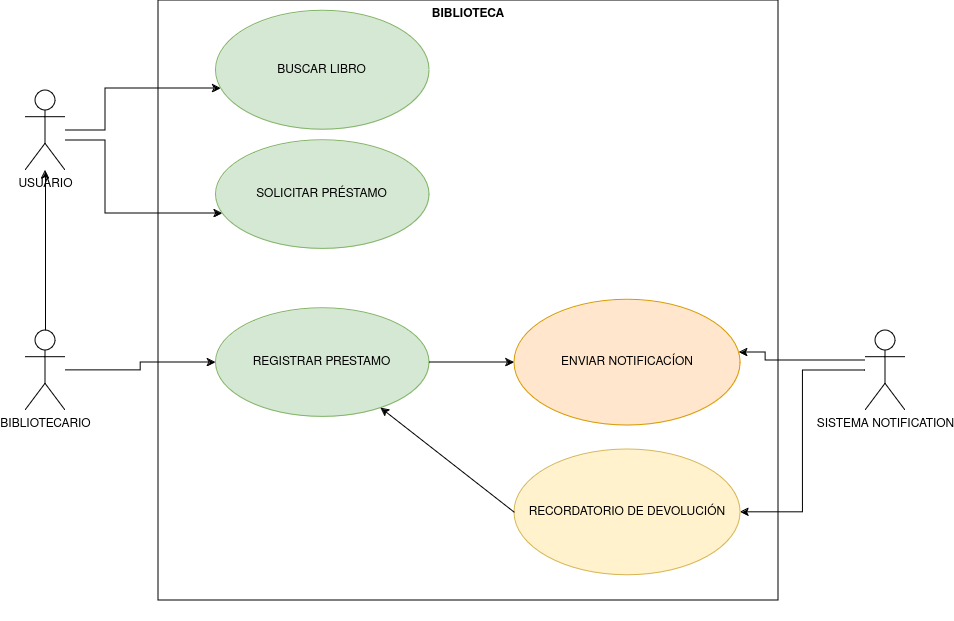
Before: img/CASOS-USO-BIBLIOTECA-v1.png, a diagram exported from draw.io (eduardosmoralesglez/Biblioteca). Source tidied: cells renumbered, new cells last; positions are measured from the earlier drawing's top-left corner, leaving out a move shared by most shapes.
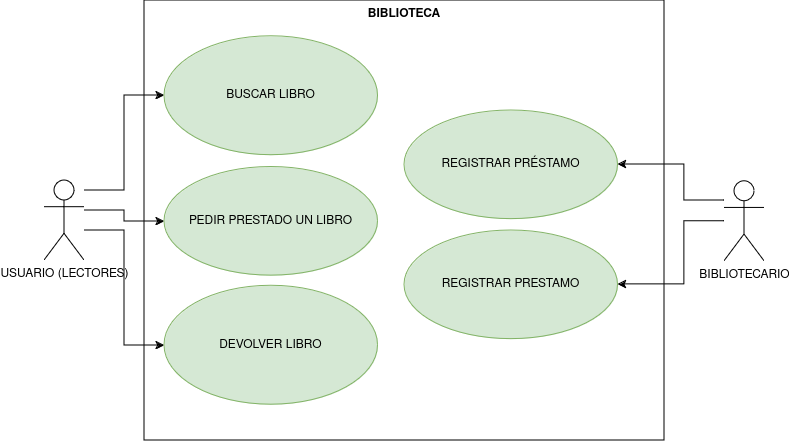
After the commit.

What changed in the source:
```diff
@@ -2,77 +2,72 @@
   <root>
     <mxCell id="0" />
     <mxCell id="1" parent="0" />
-    <mxCell id="2" style="edgeStyle=orthogonalEdgeStyle;rounded=0;jettySize=auto;html=1;" parent="1" edge="1" source="4" target="17">
-      <mxGeometry relative="1" as="geometry">
-        <Array as="points">
-          <mxPoint x="740" y="360" />
-          <mxPoint x="740" y="352" />
-        </Array>
-      </mxGeometry>
-    </mxCell>
-    <mxCell id="3" style="edgeStyle=orthogonalEdgeStyle;rounded=0;jettySize=auto;html=1;entryX=1;entryY=0.5;entryDx=0;entryDy=0;" parent="1" edge="1" source="4" target="18">
-      <mxGeometry relative="1" as="geometry" />
-    </mxCell>
-    <mxCell id="4" value="SISTEMA NOTIFICATION " style="shape=umlActor;html=1;verticalLabelPosition=bottom;verticalAlign=top;align=center;" parent="1" vertex="1">
-      <mxGeometry x="840" y="330" width="40" height="80" as="geometry" />
-    </mxCell>
+    <mxCell id="6" style="edgeStyle=orthogonalEdgeStyle;rounded=0;jettySize=auto;html=1;" parent="1" edge="1" source="7" target="14">
+      <mxGeometry relative="1" as="geometry">
+        <Array as="points">
+          <mxPoint x="40" y="300" />
+          <mxPoint x="40" y="205" />
+        </Array>
+      </mxGeometry>
+    </mxCell>
     <mxCell id="5" style="edgeStyle=orthogonalEdgeStyle;rounded=0;jettySize=auto;html=1;" parent="1" edge="1" source="7" target="15">
       <mxGeometry relative="1" as="geometry">
         <Array as="points">
-          <mxPoint x="80" y="140" />
-          <mxPoint x="80" y="213" />
+          <mxPoint x="40" y="320" />
+          <mxPoint x="40" y="331" />
         </Array>
       </mxGeometry>
     </mxCell>
-    <mxCell id="6" style="edgeStyle=orthogonalEdgeStyle;rounded=0;jettySize=auto;html=1;" parent="1" edge="1" source="7" target="14">
-      <mxGeometry relative="1" as="geometry">
-        <Array as="points">
-          <mxPoint x="80" y="130" />
-          <mxPoint x="80" y="88" />
-        </Array>
-      </mxGeometry>
-    </mxCell>
+    <mxCell id="21" style="edgeStyle=orthogonalEdgeStyle;rounded=0;jettySize=auto;html=1;" parent="1" edge="1" source="7" target="24">
+      <mxGeometry relative="1" as="geometry">
+        <Array as="points">
+          <mxPoint x="40" y="340" />
+          <mxPoint x="40" y="455" />
+        </Array>
+      </mxGeometry>
+    </mxCell>
-    <mxCell id="7" value="USUARIO" style="shape=umlActor;html=1;verticalLabelPosition=bottom;verticalAlign=top;align=center;" parent="1" vertex="1">
-      <mxGeometry y="90" width="40" height="80" as="geometry" />
+    <mxCell id="7" value="&lt;div&gt;USUARIO (LECTORES)&lt;/div&gt;" style="shape=umlActor;html=1;verticalLabelPosition=bottom;verticalAlign=top;align=center;" parent="1" vertex="1">
+      <mxGeometry x="-40" y="290" width="40" height="80" as="geometry" />
     </mxCell>
-    <mxCell id="8" style="edgeStyle=orthogonalEdgeStyle;rounded=0;jettySize=auto;html=1;" parent="1" edge="1" source="10" target="7">
-      <mxGeometry relative="1" as="geometry" />
-    </mxCell>
+    <mxCell id="22" style="edgeStyle=orthogonalEdgeStyle;rounded=0;jettySize=auto;html=1;" parent="1" edge="1" source="10" target="25">
+      <mxGeometry relative="1" as="geometry">
+        <Array as="points">
+          <mxPoint x="600" y="310" />
+          <mxPoint x="600" y="274" />
+        </Array>
+      </mxGeometry>
+    </mxCell>
     <mxCell id="9" style="edgeStyle=orthogonalEdgeStyle;rounded=0;jettySize=auto;html=1;" parent="1" edge="1" source="10" target="16">
-      <mxGeometry relative="1" as="geometry" />
+      <mxGeometry relative="1" as="geometry">
+        <Array as="points">
+          <mxPoint x="600" y="331" />
+          <mxPoint x="600" y="394" />
+        </Array>
+      </mxGeometry>
     </mxCell>
     <mxCell id="10" value="BIBLIOTECARIO" style="shape=umlActor;html=1;verticalLabelPosition=bottom;verticalAlign=top;align=center;" parent="1" vertex="1">
-      <mxGeometry y="330" width="40" height="80" as="geometry" />
+      <mxGeometry x="640" y="290.9" width="40" height="80" as="geometry" />
     </mxCell>
-    <mxCell id="11" style="group;" parent="1" vertex="1">
-      <mxGeometry x="160" y="20" width="620" height="600" as="geometry" />
-    </mxCell>
-    <mxCell id="12" style="group;" parent="11" vertex="1">
-      <mxGeometry x="-27" y="-20" width="620" height="600" as="geometry" />
-    </mxCell>
+    <mxCell id="23" style="group;" parent="1" vertex="1">
+      <mxGeometry x="60" y="110" width="520" height="440" as="geometry" />
+    </mxCell>
-    <mxCell id="13" value="BIBLIOTECA" style="shape=rect;html=1;verticalAlign=top;fontStyle=1;whiteSpace=wrap;align=center;fillColor=none;" parent="12" vertex="1">
-      <mxGeometry width="620" height="600" as="geometry" />
+    <mxCell id="13" value="BIBLIOTECA" style="shape=rect;html=1;verticalAlign=top;fontStyle=1;whiteSpace=wrap;align=center;fillColor=none;" parent="23" vertex="1">
+      <mxGeometry width="520" height="440" as="geometry" />
     </mxCell>
-    <mxCell id="14" value="BUSCAR LIBRO" style="ellipse;whiteSpace=wrap;html=1;fillColor=#d5e8d4;strokeColor=#82b366;" parent="12" vertex="1">
-      <mxGeometry x="57.4" y="10.3" width="213.5" height="119" as="geometry" />
+    <mxCell id="14" value="BUSCAR LIBRO" style="ellipse;whiteSpace=wrap;html=1;fillColor=#d5e8d4;strokeColor=#82b366;" parent="23" vertex="1">
+      <mxGeometry x="20" y="35.9" width="213.5" height="119" as="geometry" />
     </mxCell>
-    <mxCell id="15" value="SOLICITAR PRÉSTAMO" style="ellipse;whiteSpace=wrap;html=1;fillColor=#d5e8d4;strokeColor=#82b366;" parent="12" vertex="1">
-      <mxGeometry x="57.4" y="139.7" width="213.5" height="108.6" as="geometry" />
+    <mxCell id="15" value="PEDIR PRESTADO UN LIBRO" style="ellipse;whiteSpace=wrap;html=1;fillColor=#d5e8d4;strokeColor=#82b366;" parent="23" vertex="1">
+      <mxGeometry x="20" y="166.6" width="213.5" height="108.6" as="geometry" />
     </mxCell>
-    <mxCell id="16" value="REGISTRAR PRESTAMO" style="ellipse;whiteSpace=wrap;html=1;fillColor=#d5e8d4;strokeColor=#82b366;" parent="12" vertex="1">
-      <mxGeometry x="57.4" y="307.8" width="213.5" height="108.6" as="geometry" />
+    <mxCell id="16" value="REGISTRAR PRESTAMO" style="ellipse;whiteSpace=wrap;html=1;fillColor=#d5e8d4;strokeColor=#82b366;" parent="23" vertex="1">
+      <mxGeometry x="260" y="230" width="213.5" height="108.6" as="geometry" />
     </mxCell>
-    <mxCell id="17" value="ENVIAR NOTIFICACÍON" style="ellipse;whiteSpace=wrap;html=1;fillColor=#ffe6cc;strokeColor=#d79b00;" parent="12" vertex="1">
-      <mxGeometry x="355.9" y="299.2" width="226" height="125.7" as="geometry" />
-    </mxCell>
-    <mxCell id="18" value="RECORDATORIO DE DEVOLUCIÓN" style="ellipse;whiteSpace=wrap;html=1;fillColor=#fff2cc;strokeColor=#d6b656;" parent="12" vertex="1">
-      <mxGeometry x="355.9" y="449" width="226" height="125.7" as="geometry" />
-    </mxCell>
-    <mxCell id="19" style="edgeStyle=orthogonalEdgeStyle;rounded=0;jettySize=auto;html=1;" parent="12" edge="1" source="16" target="17">
-      <mxGeometry relative="1" as="geometry" />
-    </mxCell>
-    <mxCell id="20" style="endArrow=classic;html=1;rounded=0;exitX=0;exitY=0.5;exitDx=0;exitDy=0;" parent="12" edge="1" source="18" target="16">
-      <mxGeometry relative="1" as="geometry" />
-    </mxCell>
+    <mxCell id="24" value="DEVOLVER LIBRO" style="ellipse;whiteSpace=wrap;html=1;fillColor=#d5e8d4;strokeColor=#82b366;" parent="23" vertex="1">
+      <mxGeometry x="20" y="285.2" width="213.5" height="119" as="geometry" />
+    </mxCell>
+    <mxCell id="25" value="REGISTRAR PRÉSTAMO" style="ellipse;whiteSpace=wrap;html=1;fillColor=#d5e8d4;strokeColor=#82b366;" parent="23" vertex="1">
+      <mxGeometry x="260" y="110" width="213.5" height="108.6" as="geometry" />
+    </mxCell>
   </root>
 </mxGraphModel>
```
